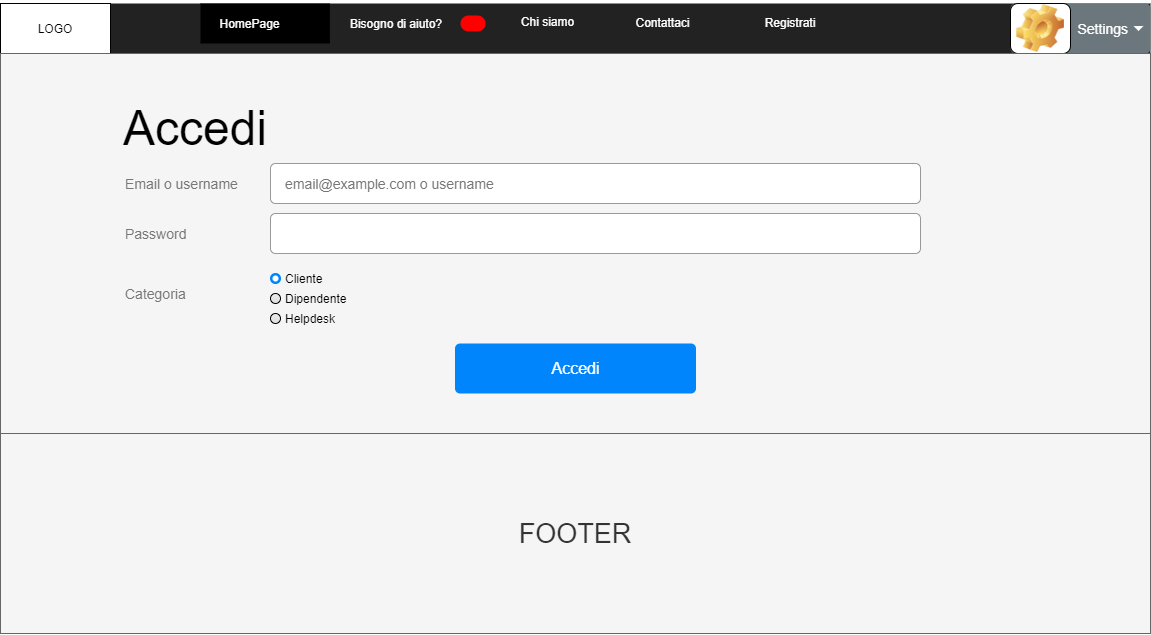
Earlier version of the draw.io export mockup/LoginInfoservice.png (InfoServiceEASY/SitoInfoService). Source tidied: cells renumbered, new cells last; positions are measured from the earlier drawing's top-left corner, leaving out a move shared by most shapes.
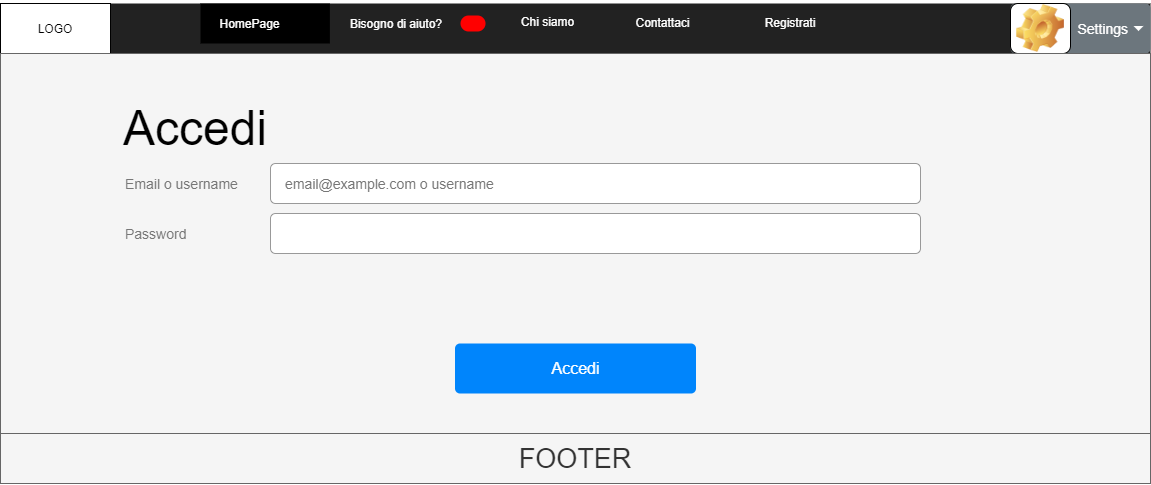
After the change.

Diff of the diagram source:
```diff
@@ -60,24 +60,12 @@
     <mxCell id="19" value="&lt;font style=&quot;font-size: 48px&quot;&gt;Accedi&lt;/font&gt;" style="text;html=1;strokeColor=none;fillColor=none;align=center;verticalAlign=middle;whiteSpace=wrap;rounded=0;" parent="1" vertex="1">
       <mxGeometry x="130" y="103" width="130" height="50" as="geometry" />
     </mxCell>
-    <mxCell id="20" value="Cliente" style="html=1;shadow=0;dashed=0;shape=mxgraph.bootstrap.radioButton2;labelPosition=right;verticalLabelPosition=middle;align=left;verticalAlign=middle;gradientColor=#DEDEDE;fillColor=#EDEDED;checked=1;spacing=5;checkedFill=#0085FC;checkedStroke=#ffffff;" parent="1" vertex="1">
-      <mxGeometry x="270" y="273" width="10" height="10" as="geometry" />
-    </mxCell>
-    <mxCell id="21" value="Dipendente" style="html=1;shadow=0;dashed=0;shape=mxgraph.bootstrap.radioButton2;labelPosition=right;verticalLabelPosition=middle;align=left;verticalAlign=middle;gradientColor=#DEDEDE;fillColor=#EDEDED;checked=0;spacing=5;checkedFill=#0085FC;checkedStroke=#ffffff;" parent="1" vertex="1">
-      <mxGeometry x="270" y="293" width="10" height="10" as="geometry" />
-    </mxCell>
-    <mxCell id="22" value="&lt;font color=&quot;#000000&quot;&gt;Helpdesk&lt;/font&gt;" style="html=1;shadow=0;dashed=0;shape=mxgraph.bootstrap.radioButton2;labelPosition=right;verticalLabelPosition=middle;align=left;verticalAlign=middle;gradientColor=#DEDEDE;fillColor=#EDEDED;checked=0;spacing=5;fontColor=#6C767D;checkedFill=#0085FC;checkedStroke=#ffffff;" parent="1" vertex="1">
-      <mxGeometry x="270" y="313" width="10" height="10" as="geometry" />
-    </mxCell>
     <mxCell id="23" value="&lt;font style=&quot;font-size: 27px&quot;&gt;FOOTER&lt;/font&gt;" style="rounded=0;whiteSpace=wrap;html=1;fillColor=#f5f5f5;strokeColor=#666666;fontColor=#333333;" parent="1" vertex="1">
-      <mxGeometry y="433" width="1150" height="200" as="geometry" />
+      <mxGeometry y="433" width="1150" height="50" as="geometry" />
     </mxCell>
     <mxCell id="24" value="&lt;span&gt;email@example.com o username&lt;/span&gt;" style="html=1;shadow=0;dashed=0;shape=mxgraph.bootstrap.rrect;rSize=5;strokeColor=#999999;fillColor=#ffffff;fontColor=#777777;whiteSpace=wrap;align=left;verticalAlign=middle;fontStyle=0;fontSize=14;spacing=15;" parent="1" vertex="1">
       <mxGeometry x="270" y="163" width="650" height="40" as="geometry" />
     </mxCell>
-    <mxCell id="25" value="Categoria" style="strokeColor=none;fillColor=none;fontColor=#777777;whiteSpace=wrap;align=left;verticalAlign=middle;fontStyle=0;fontSize=14;spacing=15;" parent="1" vertex="1">
-      <mxGeometry x="110" y="273" width="150" height="40" as="geometry" />
-    </mxCell>
     <mxCell id="26" value="Accedi" style="html=1;shadow=0;dashed=0;shape=mxgraph.bootstrap.rrect;rSize=5;strokeColor=none;strokeWidth=1;fillColor=#0085FC;fontColor=#FFFFFF;whiteSpace=wrap;align=center;verticalAlign=middle;spacingLeft=0;fontStyle=0;fontSize=16;spacing=5;" parent="1" vertex="1">
       <mxGeometry x="454.5" y="343" width="241" height="50" as="geometry" />
     </mxCell>
```
